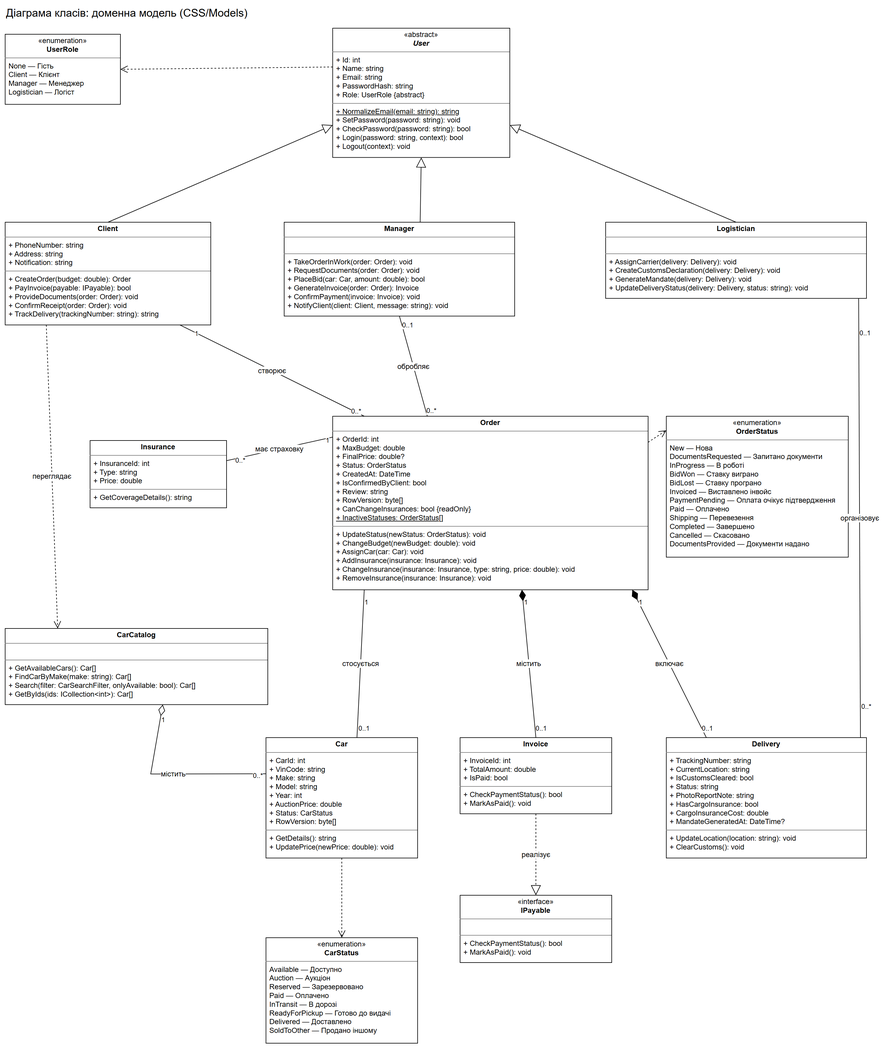
Before: docs/diagrams/OOP3.drawio.png, a diagram exported from draw.io (timstt/car-shipping-system). Source tidied: cells renumbered, new cells last; positions are measured from the earlier drawing's top-left corner, leaving out a move shared by most shapes.
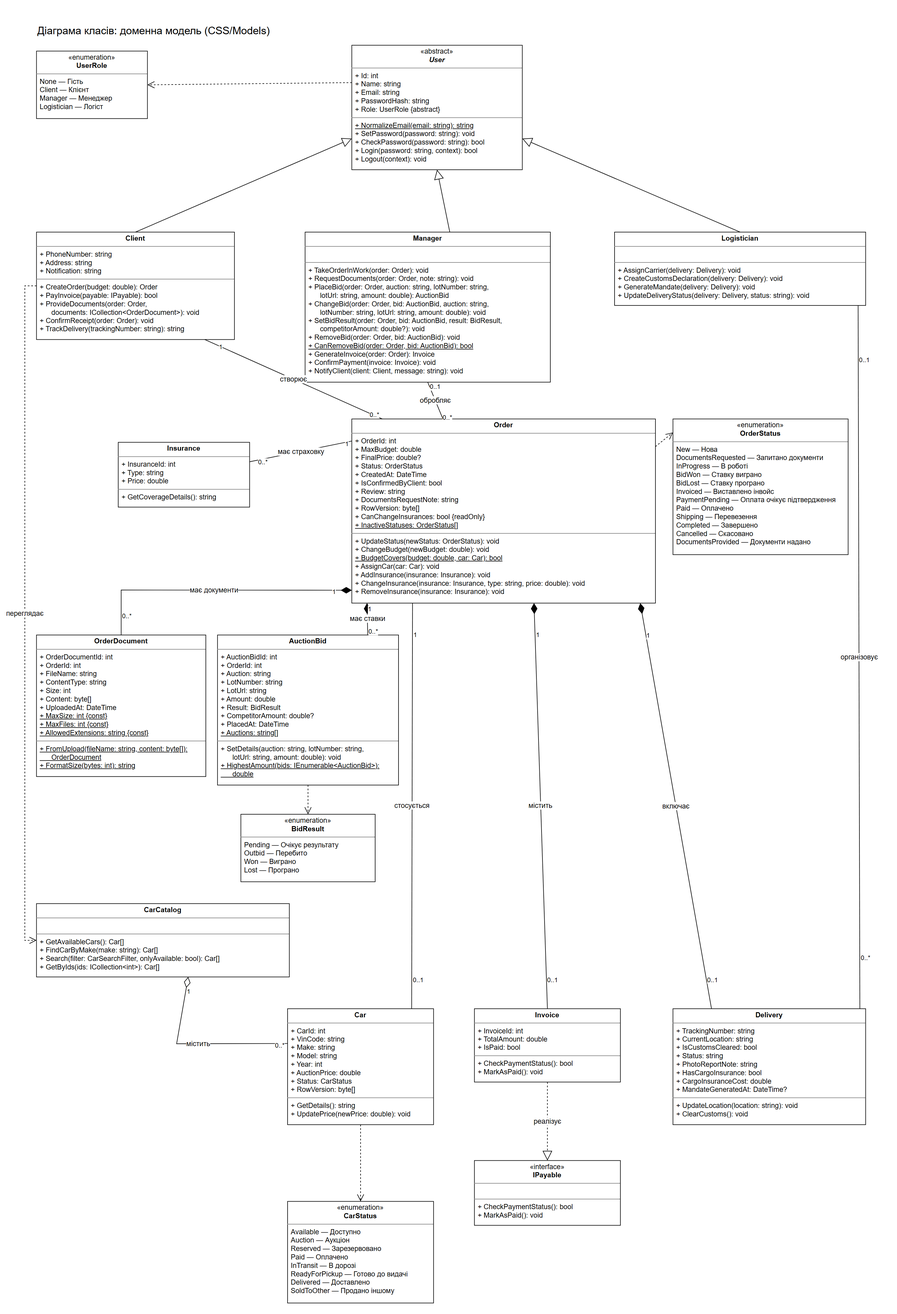
After the change.

What changed in the source:
```diff
@@ -10,7 +10,7 @@
     </mxCell>
-    <mxCell id="4" value="&lt;p style=&quot;margin:0px;margin-top:4px;text-align:center;&quot;&gt;&lt;b&gt;Client&lt;/b&gt;&lt;/p&gt;&lt;hr size=&quot;1&quot; style=&quot;border-style:solid;&quot;/&gt;&lt;p style=&quot;margin:0px;margin-left:6px;&quot;&gt;+ PhoneNumber: string&lt;br&gt;+ Address: string&lt;br&gt;+ Notification: string&lt;/p&gt;&lt;hr size=&quot;1&quot; style=&quot;border-style:solid;&quot;/&gt;&lt;p style=&quot;margin:0px;margin-left:6px;&quot;&gt;+ CreateOrder(budget: double): Order&lt;br&gt;+ PayInvoice(payable: IPayable): bool&lt;br&gt;+ ProvideDocuments(order: Order): void&lt;br&gt;+ ConfirmReceipt(order: Order): void&lt;br&gt;+ TrackDelivery(trackingNumber: string): string&lt;/p&gt;" style="verticalAlign=top;align=left;overflow=fill;html=1;whiteSpace=wrap;fontSize=12;" parent="1" vertex="1">
-      <mxGeometry y="360" width="339" height="169.4" as="geometry" />
+    <mxCell id="4" value="&lt;p style=&quot;margin:0px;margin-top:4px;text-align:center;&quot;&gt;&lt;b&gt;Client&lt;/b&gt;&lt;/p&gt;&lt;hr size=&quot;1&quot; style=&quot;border-style:solid;&quot;/&gt;&lt;p style=&quot;margin:0px;margin-left:6px;&quot;&gt;+ PhoneNumber: string&lt;br&gt;+ Address: string&lt;br&gt;+ Notification: string&lt;/p&gt;&lt;hr size=&quot;1&quot; style=&quot;border-style:solid;&quot;/&gt;&lt;p style=&quot;margin:0px;margin-left:6px;&quot;&gt;+ CreateOrder(budget: double): Order&lt;br&gt;+ PayInvoice(payable: IPayable): bool&lt;br&gt;+ ProvideDocuments(order: Order,&lt;br&gt;&amp;nbsp;&amp;nbsp;&amp;nbsp;&amp;nbsp;&amp;nbsp;&amp;nbsp;documents: ICollection&amp;lt;OrderDocument&amp;gt;): void&lt;br&gt;+ ConfirmReceipt(order: Order): void&lt;br&gt;+ TrackDelivery(trackingNumber: string): string&lt;/p&gt;" style="verticalAlign=top;align=left;overflow=fill;html=1;whiteSpace=wrap;fontSize=12;" parent="1" vertex="1">
+      <mxGeometry y="360" width="339" height="184" as="geometry" />
     </mxCell>
-    <mxCell id="5" value="&lt;p style=&quot;margin:0px;margin-top:4px;text-align:center;&quot;&gt;&lt;b&gt;Manager&lt;/b&gt;&lt;/p&gt;&lt;hr size=&quot;1&quot; style=&quot;border-style:solid;&quot;/&gt;&lt;p style=&quot;margin:0px;margin-left:6px;&quot;&gt;&amp;nbsp;&lt;/p&gt;&lt;hr size=&quot;1&quot; style=&quot;border-style:solid;&quot;/&gt;&lt;p style=&quot;margin:0px;margin-left:6px;&quot;&gt;+ TakeOrderInWork(order: Order): void&lt;br&gt;+ RequestDocuments(order: Order): void&lt;br&gt;+ PlaceBid(car: Car, amount: double): bool&lt;br&gt;+ GenerateInvoice(order: Order): Invoice&lt;br&gt;+ ConfirmPayment(invoice: Invoice): void&lt;br&gt;+ NotifyClient(client: Client, message: string): void&lt;/p&gt;" style="verticalAlign=top;align=left;overflow=fill;html=1;whiteSpace=wrap;fontSize=12;" parent="1" vertex="1">
-      <mxGeometry x="460" y="360" width="380" height="154.8" as="geometry" />
+    <mxCell id="5" value="&lt;p style=&quot;margin:0px;margin-top:4px;text-align:center;&quot;&gt;&lt;b&gt;Manager&lt;/b&gt;&lt;/p&gt;&lt;hr size=&quot;1&quot; style=&quot;border-style:solid;&quot;/&gt;&lt;p style=&quot;margin:0px;margin-left:6px;&quot;&gt;&amp;nbsp;&lt;/p&gt;&lt;hr size=&quot;1&quot; style=&quot;border-style:solid;&quot;/&gt;&lt;p style=&quot;margin:0px;margin-left:6px;&quot;&gt;+ TakeOrderInWork(order: Order): void&lt;br&gt;+ RequestDocuments(order: Order, note: string): void&lt;br&gt;+ PlaceBid(order: Order, auction: string, lotNumber: string,&lt;br&gt;&amp;nbsp;&amp;nbsp;&amp;nbsp;&amp;nbsp;&amp;nbsp;&amp;nbsp;lotUrl: string, amount: double): AuctionBid&lt;br&gt;+ ChangeBid(order: Order, bid: AuctionBid, auction: string,&lt;br&gt;&amp;nbsp;&amp;nbsp;&amp;nbsp;&amp;nbsp;&amp;nbsp;&amp;nbsp;lotNumber: string, lotUrl: string, amount: double): void&lt;br&gt;+ SetBidResult(order: Order, bid: AuctionBid, result: BidResult,&lt;br&gt;&amp;nbsp;&amp;nbsp;&amp;nbsp;&amp;nbsp;&amp;nbsp;&amp;nbsp;competitorAmount: double?): void&lt;br&gt;+ RemoveBid(order: Order, bid: AuctionBid): void&lt;br&gt;&lt;u&gt;+ CanRemoveBid(order: Order, bid: AuctionBid): bool&lt;/u&gt;&lt;br&gt;+ GenerateInvoice(order: Order): Invoice&lt;br&gt;+ ConfirmPayment(invoice: Invoice): void&lt;br&gt;+ NotifyClient(client: Client, message: string): void&lt;/p&gt;" style="verticalAlign=top;align=left;overflow=fill;html=1;whiteSpace=wrap;fontSize=12;" parent="1" vertex="1">
+      <mxGeometry x="460" y="360" width="420" height="257" as="geometry" />
     </mxCell>
@@ -22,4 +22,4 @@
     </mxCell>
-    <mxCell id="8" value="&lt;p style=&quot;margin:0px;margin-top:4px;text-align:center;&quot;&gt;&lt;b&gt;Order&lt;/b&gt;&lt;/p&gt;&lt;hr size=&quot;1&quot; style=&quot;border-style:solid;&quot;/&gt;&lt;p style=&quot;margin:0px;margin-left:6px;&quot;&gt;+ OrderId: int&lt;br&gt;+ MaxBudget: double&lt;br&gt;+ FinalPrice: double?&lt;br&gt;+ Status: OrderStatus&lt;br&gt;+ CreatedAt: DateTime&lt;br&gt;+ IsConfirmedByClient: bool&lt;br&gt;+ Review: string&lt;br&gt;+ RowVersion: byte[]&lt;br&gt;+ CanChangeInsurances: bool {readOnly}&lt;br&gt;&lt;u&gt;+ InactiveStatuses: OrderStatus[]&lt;/u&gt;&lt;/p&gt;&lt;hr size=&quot;1&quot; style=&quot;border-style:solid;&quot;/&gt;&lt;p style=&quot;margin:0px;margin-left:6px;&quot;&gt;+ UpdateStatus(newStatus: OrderStatus): void&lt;br&gt;+ ChangeBudget(newBudget: double): void&lt;br&gt;+ AssignCar(car: Car): void&lt;br&gt;+ AddInsurance(insurance: Insurance): void&lt;br&gt;+ ChangeInsurance(insurance: Insurance, type: string, price: double): void&lt;br&gt;+ RemoveInsurance(insurance: Insurance): void&lt;/p&gt;" style="verticalAlign=top;align=left;overflow=fill;html=1;whiteSpace=wrap;fontSize=12;" parent="1" vertex="1">
-      <mxGeometry x="540" y="680" width="520" height="286.2" as="geometry" />
+    <mxCell id="8" value="&lt;p style=&quot;margin:0px;margin-top:4px;text-align:center;&quot;&gt;&lt;b&gt;Order&lt;/b&gt;&lt;/p&gt;&lt;hr size=&quot;1&quot; style=&quot;border-style:solid;&quot;/&gt;&lt;p style=&quot;margin:0px;margin-left:6px;&quot;&gt;+ OrderId: int&lt;br&gt;+ MaxBudget: double&lt;br&gt;+ FinalPrice: double?&lt;br&gt;+ Status: OrderStatus&lt;br&gt;+ CreatedAt: DateTime&lt;br&gt;+ IsConfirmedByClient: bool&lt;br&gt;+ Review: string&lt;br&gt;+ DocumentsRequestNote: string&lt;br&gt;+ RowVersion: byte[]&lt;br&gt;+ CanChangeInsurances: bool {readOnly}&lt;br&gt;&lt;u&gt;+ InactiveStatuses: OrderStatus[]&lt;/u&gt;&lt;/p&gt;&lt;hr size=&quot;1&quot; style=&quot;border-style:solid;&quot;/&gt;&lt;p style=&quot;margin:0px;margin-left:6px;&quot;&gt;+ UpdateStatus(newStatus: OrderStatus): void&lt;br&gt;+ ChangeBudget(newBudget: double): void&lt;br&gt;&lt;u&gt;+ BudgetCovers(budget: double, car: Car): bool&lt;/u&gt;&lt;br&gt;+ AssignCar(car: Car): void&lt;br&gt;+ AddInsurance(insurance: Insurance): void&lt;br&gt;+ ChangeInsurance(insurance: Insurance, type: string, price: double): void&lt;br&gt;+ RemoveInsurance(insurance: Insurance): void&lt;/p&gt;" style="verticalAlign=top;align=left;overflow=fill;html=1;whiteSpace=wrap;fontSize=12;" parent="1" vertex="1">
+      <mxGeometry x="540" y="680" width="520" height="315.4" as="geometry" />
     </mxCell>
@@ -29,18 +29,18 @@
     <mxCell id="10" value="&lt;p style=&quot;margin:0px;margin-top:4px;text-align:center;&quot;&gt;&lt;b&gt;CarCatalog&lt;/b&gt;&lt;/p&gt;&lt;hr size=&quot;1&quot; style=&quot;border-style:solid;&quot;/&gt;&lt;p style=&quot;margin:0px;margin-left:6px;&quot;&gt;&amp;nbsp;&lt;/p&gt;&lt;hr size=&quot;1&quot; style=&quot;border-style:solid;&quot;/&gt;&lt;p style=&quot;margin:0px;margin-left:6px;&quot;&gt;+ GetAvailableCars(): Car[]&lt;br&gt;+ FindCarByMake(make: string): Car[]&lt;br&gt;+ Search(filter: CarSearchFilter, onlyAvailable: bool): Car[]&lt;br&gt;+ GetByIds(ids: ICollection&amp;lt;int&amp;gt;): Car[]&lt;/p&gt;" style="verticalAlign=top;align=left;overflow=fill;html=1;whiteSpace=wrap;fontSize=12;" parent="1" vertex="1">
-      <mxGeometry y="1030" width="433" height="125.6" as="geometry" />
+      <mxGeometry y="1510" width="433" height="125.6" as="geometry" />
     </mxCell>
     <mxCell id="11" value="&lt;p style=&quot;margin:0px;margin-top:4px;text-align:center;&quot;&gt;&lt;b&gt;Car&lt;/b&gt;&lt;/p&gt;&lt;hr size=&quot;1&quot; style=&quot;border-style:solid;&quot;/&gt;&lt;p style=&quot;margin:0px;margin-left:6px;&quot;&gt;+ CarId: int&lt;br&gt;+ VinCode: string&lt;br&gt;+ Make: string&lt;br&gt;+ Model: string&lt;br&gt;+ Year: int&lt;br&gt;+ AuctionPrice: double&lt;br&gt;+ Status: CarStatus&lt;br&gt;+ RowVersion: byte[]&lt;/p&gt;&lt;hr size=&quot;1&quot; style=&quot;border-style:solid;&quot;/&gt;&lt;p style=&quot;margin:0px;margin-left:6px;&quot;&gt;+ GetDetails(): string&lt;br&gt;+ UpdatePrice(newPrice: double): void&lt;/p&gt;" style="verticalAlign=top;align=left;overflow=fill;html=1;whiteSpace=wrap;fontSize=12;" parent="1" vertex="1">
-      <mxGeometry x="430" y="1210" width="250" height="198.6" as="geometry" />
+      <mxGeometry x="430" y="1690" width="250" height="198.6" as="geometry" />
     </mxCell>
     <mxCell id="12" value="&lt;p style=&quot;margin:0px;margin-top:4px;text-align:center;&quot;&gt;«enumeration»&lt;br&gt;&lt;b&gt;CarStatus&lt;/b&gt;&lt;/p&gt;&lt;hr size=&quot;1&quot; style=&quot;border-style:solid;&quot;/&gt;&lt;p style=&quot;margin:0px;margin-left:6px;&quot;&gt;Available — Доступно&lt;br&gt;Auction — Аукціон&lt;br&gt;Reserved — Зарезервовано&lt;br&gt;Paid — Оплачено&lt;br&gt;InTransit — В дорозі&lt;br&gt;ReadyForPickup — Готово до видачі&lt;br&gt;Delivered — Доставлено&lt;br&gt;SoldToOther — Продано іншому&lt;/p&gt;" style="verticalAlign=top;align=left;overflow=fill;html=1;whiteSpace=wrap;fontSize=12;" parent="1" vertex="1">
-      <mxGeometry x="430" y="1540" width="250" height="174" as="geometry" />
+      <mxGeometry x="430" y="2020" width="250" height="174" as="geometry" />
     </mxCell>
     <mxCell id="13" value="&lt;p style=&quot;margin:0px;margin-top:4px;text-align:center;&quot;&gt;&lt;b&gt;Invoice&lt;/b&gt;&lt;/p&gt;&lt;hr size=&quot;1&quot; style=&quot;border-style:solid;&quot;/&gt;&lt;p style=&quot;margin:0px;margin-left:6px;&quot;&gt;+ InvoiceId: int&lt;br&gt;+ TotalAmount: double&lt;br&gt;+ IsPaid: bool&lt;/p&gt;&lt;hr size=&quot;1&quot; style=&quot;border-style:solid;&quot;/&gt;&lt;p style=&quot;margin:0px;margin-left:6px;&quot;&gt;+ CheckPaymentStatus(): bool&lt;br&gt;+ MarkAsPaid(): void&lt;/p&gt;" style="verticalAlign=top;align=left;overflow=fill;html=1;whiteSpace=wrap;fontSize=12;" parent="1" vertex="1">
-      <mxGeometry x="750" y="1210" width="250" height="125.6" as="geometry" />
+      <mxGeometry x="750" y="1690" width="250" height="125.6" as="geometry" />
     </mxCell>
     <mxCell id="14" value="&lt;p style=&quot;margin:0px;margin-top:4px;text-align:center;&quot;&gt;«interface»&lt;br&gt;&lt;b&gt;IPayable&lt;/b&gt;&lt;/p&gt;&lt;hr size=&quot;1&quot; style=&quot;border-style:solid;&quot;/&gt;&lt;p style=&quot;margin:0px;margin-left:6px;&quot;&gt;&amp;nbsp;&lt;/p&gt;&lt;hr size=&quot;1&quot; style=&quot;border-style:solid;&quot;/&gt;&lt;p style=&quot;margin:0px;margin-left:6px;&quot;&gt;+ CheckPaymentStatus(): bool&lt;br&gt;+ MarkAsPaid(): void&lt;/p&gt;" style="verticalAlign=top;align=left;overflow=fill;html=1;whiteSpace=wrap;fontSize=12;" parent="1" vertex="1">
-      <mxGeometry x="750" y="1470" width="250" height="111" as="geometry" />
+      <mxGeometry x="750" y="1950" width="250" height="111" as="geometry" />
     </mxCell>
     <mxCell id="15" value="&lt;p style=&quot;margin:0px;margin-top:4px;text-align:center;&quot;&gt;&lt;b&gt;Delivery&lt;/b&gt;&lt;/p&gt;&lt;hr size=&quot;1&quot; style=&quot;border-style:solid;&quot;/&gt;&lt;p style=&quot;margin:0px;margin-left:6px;&quot;&gt;+ TrackingNumber: string&lt;br&gt;+ CurrentLocation: string&lt;br&gt;+ IsCustomsCleared: bool&lt;br&gt;+ Status: string&lt;br&gt;+ PhotoReportNote: string&lt;br&gt;+ HasCargoInsurance: bool&lt;br&gt;+ CargoInsuranceCost: double&lt;br&gt;+ MandateGeneratedAt: DateTime?&lt;/p&gt;&lt;hr size=&quot;1&quot; style=&quot;border-style:solid;&quot;/&gt;&lt;p style=&quot;margin:0px;margin-left:6px;&quot;&gt;+ UpdateLocation(location: string): void&lt;br&gt;+ ClearCustoms(): void&lt;/p&gt;" style="verticalAlign=top;align=left;overflow=fill;html=1;whiteSpace=wrap;fontSize=12;" parent="1" vertex="1">
-      <mxGeometry x="1090" y="1210" width="330" height="198.6" as="geometry" />
+      <mxGeometry x="1090" y="1690" width="330" height="198.6" as="geometry" />
     </mxCell>
@@ -94,3 +94,3 @@
     </mxCell>
-    <mxCell id="28" value="стосується" style="endArrow=none;html=1;rounded=0;fontSize=12;labelBackgroundColor=#FFFFFF;exitX=0.1;exitY=1;exitDx=0;exitDy=0;entryX=0.6;entryY=0;entryDx=0;entryDy=0;" parent="1" edge="1" source="8" target="11">
+    <mxCell id="28" value="стосується" style="endArrow=none;html=1;rounded=0;fontSize=12;labelBackgroundColor=#FFFFFF;exitX=0.2;exitY=1;exitDx=0;exitDy=0;entryX=0.85;entryY=0;entryDx=0;entryDy=0;" parent="1" edge="1" source="8" target="11">
       <mxGeometry relative="1" as="geometry" />
@@ -149,3 +149,3 @@
         <Array as="points">
-          <mxPoint x="240" y="1270" />
+          <mxPoint x="240" y="1750" />
         </Array>
@@ -166,4 +166,9 @@
     </mxCell>
-    <mxCell id="44" value="переглядає" style="endArrow=open;endSize=10;dashed=1;html=1;rounded=0;fontSize=12;labelBackgroundColor=#FFFFFF;exitX=0.2;exitY=1;exitDx=0;exitDy=0;entryX=0.2;entryY=0;entryDx=0;entryDy=0;" parent="1" edge="1" source="4" target="10">
-      <mxGeometry relative="1" as="geometry" />
+    <mxCell id="44" value="переглядає" style="endArrow=open;endSize=10;dashed=1;html=1;rounded=0;fontSize=12;labelBackgroundColor=#FFFFFF;exitX=0;exitY=0.5;exitDx=0;exitDy=0;entryX=0;entryY=0.5;entryDx=0;entryDy=0;" parent="1" edge="1" source="4" target="10">
+      <mxGeometry relative="1" as="geometry">
+        <Array as="points">
+          <mxPoint x="-20" y="452" />
+          <mxPoint x="-20" y="1573" />
+        </Array>
+      </mxGeometry>
     </mxCell>
@@ -181,2 +186,44 @@
     </mxCell>
+    <mxCell id="49" value="&lt;p style=&quot;margin:0px;margin-top:4px;text-align:center;&quot;&gt;&lt;b&gt;OrderDocument&lt;/b&gt;&lt;/p&gt;&lt;hr size=&quot;1&quot; style=&quot;border-style:solid;&quot;/&gt;&lt;p style=&quot;margin:0px;margin-left:6px;&quot;&gt;+ OrderDocumentId: int&lt;br&gt;+ OrderId: int&lt;br&gt;+ FileName: string&lt;br&gt;+ ContentType: string&lt;br&gt;+ Size: int&lt;br&gt;+ Content: byte[]&lt;br&gt;+ UploadedAt: DateTime&lt;br&gt;&lt;u&gt;+ MaxSize: int {const}&lt;/u&gt;&lt;br&gt;&lt;u&gt;+ MaxFiles: int {const}&lt;/u&gt;&lt;br&gt;&lt;u&gt;+ AllowedExtensions: string {const}&lt;/u&gt;&lt;/p&gt;&lt;hr size=&quot;1&quot; style=&quot;border-style:solid;&quot;/&gt;&lt;p style=&quot;margin:0px;margin-left:6px;&quot;&gt;&lt;u&gt;+ FromUpload(fileName: string, content: byte[]):&lt;br&gt;&amp;nbsp;&amp;nbsp;&amp;nbsp;&amp;nbsp;&amp;nbsp;&amp;nbsp;OrderDocument&lt;/u&gt;&lt;br&gt;&lt;u&gt;+ FormatSize(bytes: int): string&lt;/u&gt;&lt;/p&gt;" style="verticalAlign=top;align=left;overflow=fill;html=1;whiteSpace=wrap;fontSize=12;" parent="1" vertex="1">
+      <mxGeometry y="1050" width="290" height="242.4" as="geometry" />
+    </mxCell>
+    <mxCell id="50" value="&lt;p style=&quot;margin:0px;margin-top:4px;text-align:center;&quot;&gt;&lt;b&gt;AuctionBid&lt;/b&gt;&lt;/p&gt;&lt;hr size=&quot;1&quot; style=&quot;border-style:solid;&quot;/&gt;&lt;p style=&quot;margin:0px;margin-left:6px;&quot;&gt;+ AuctionBidId: int&lt;br&gt;+ OrderId: int&lt;br&gt;+ Auction: string&lt;br&gt;+ LotNumber: string&lt;br&gt;+ LotUrl: string&lt;br&gt;+ Amount: double&lt;br&gt;+ Result: BidResult&lt;br&gt;+ CompetitorAmount: double?&lt;br&gt;+ PlacedAt: DateTime&lt;br&gt;&lt;u&gt;+ Auctions: string[]&lt;/u&gt;&lt;/p&gt;&lt;hr size=&quot;1&quot; style=&quot;border-style:solid;&quot;/&gt;&lt;p style=&quot;margin:0px;margin-left:6px;&quot;&gt;+ SetDetails(auction: string, lotNumber: string,&lt;br&gt;&amp;nbsp;&amp;nbsp;&amp;nbsp;&amp;nbsp;&amp;nbsp;&amp;nbsp;lotUrl: string, amount: double): void&lt;br&gt;&lt;u&gt;+ HighestAmount(bids: IEnumerable&amp;lt;AuctionBid&amp;gt;):&lt;br&gt;&amp;nbsp;&amp;nbsp;&amp;nbsp;&amp;nbsp;&amp;nbsp;&amp;nbsp;double&lt;/u&gt;&lt;/p&gt;" style="verticalAlign=top;align=left;overflow=fill;html=1;whiteSpace=wrap;fontSize=12;" parent="1" vertex="1">
+      <mxGeometry x="310" y="1050" width="310" height="257" as="geometry" />
+    </mxCell>
+    <mxCell id="51" value="&lt;p style=&quot;margin:0px;margin-top:4px;text-align:center;&quot;&gt;«enumeration»&lt;br&gt;&lt;b&gt;BidResult&lt;/b&gt;&lt;/p&gt;&lt;hr size=&quot;1&quot; style=&quot;border-style:solid;&quot;/&gt;&lt;p style=&quot;margin:0px;margin-left:6px;&quot;&gt;Pending — Очікує результату&lt;br&gt;Outbid — Перебито&lt;br&gt;Won — Виграно&lt;br&gt;Lost — Програно&lt;/p&gt;" style="verticalAlign=top;align=left;overflow=fill;html=1;whiteSpace=wrap;fontSize=12;" parent="1" vertex="1">
+      <mxGeometry x="350" y="1357" width="230" height="115.6" as="geometry" />
+    </mxCell>
+    <mxCell id="52" value="має ставки" style="endArrow=none;startArrow=diamondThin;startFill=1;startSize=16;html=1;rounded=0;fontSize=12;labelBackgroundColor=#FFFFFF;exitX=0.05;exitY=1;exitDx=0;exitDy=0;entryX=0.83;entryY=0;entryDx=0;entryDy=0;" parent="1" edge="1" source="8" target="50">
+      <mxGeometry relative="1" as="geometry" />
+    </mxCell>
+    <mxCell id="53" value="1" style="edgeLabel;html=1;labelBackgroundColor=#FFFFFF;fontSize=11;" parent="52" vertex="1">
+      <mxGeometry x="-0.7" relative="1" as="geometry">
+        <mxPoint y="-10" as="offset" />
+      </mxGeometry>
+    </mxCell>
+    <mxCell id="54" value="0..*" style="edgeLabel;html=1;labelBackgroundColor=#FFFFFF;fontSize=11;" parent="52" vertex="1">
+      <mxGeometry x="0.7" relative="1" as="geometry">
+        <mxPoint y="-10" as="offset" />
+      </mxGeometry>
+    </mxCell>
+    <mxCell id="55" value="має документи" style="endArrow=none;startArrow=diamondThin;startFill=1;startSize=16;html=1;rounded=0;fontSize=12;labelBackgroundColor=#FFFFFF;exitX=0;exitY=0.93;exitDx=0;exitDy=0;entryX=0.5;entryY=0;entryDx=0;entryDy=0;" parent="1" edge="1" source="8" target="49">
+      <mxGeometry relative="1" as="geometry">
+        <Array as="points">
+          <mxPoint x="145" y="973" />
+        </Array>
+      </mxGeometry>
+    </mxCell>
+    <mxCell id="56" value="1" style="edgeLabel;html=1;labelBackgroundColor=#FFFFFF;fontSize=11;" parent="55" vertex="1">
+      <mxGeometry x="-0.85" relative="1" as="geometry">
+        <mxPoint y="-10" as="offset" />
+      </mxGeometry>
+    </mxCell>
+    <mxCell id="57" value="0..*" style="edgeLabel;html=1;labelBackgroundColor=#FFFFFF;fontSize=11;" parent="55" vertex="1">
+      <mxGeometry x="0.85" relative="1" as="geometry">
+        <mxPoint y="-10" as="offset" />
+      </mxGeometry>
+    </mxCell>
+    <mxCell id="58" style="endArrow=open;endSize=10;dashed=1;html=1;rounded=0;fontSize=12;labelBackgroundColor=#FFFFFF;exitX=0.5;exitY=1;exitDx=0;exitDy=0;entryX=0.5;entryY=0;entryDx=0;entryDy=0;" parent="1" edge="1" source="50" target="51">
+      <mxGeometry relative="1" as="geometry" />
+    </mxCell>
   </root>
```
